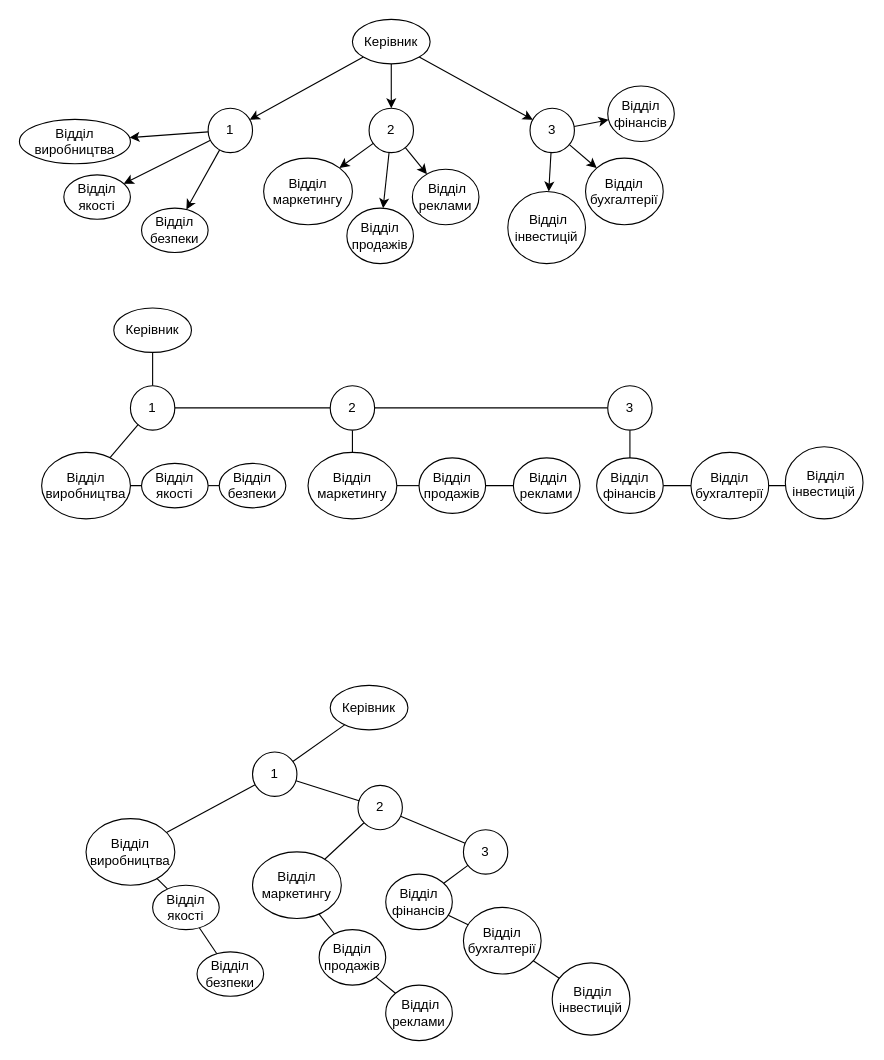
Above: АСД/Lab_4/m-арне дерево+ бінарне впорядковане.drawio in Yarik-Za/KHAI_Labs_folder_Desktop_ (draw.io), before the change. Source tidied: cells renumbered, new cells numbered last; positions are measured from the earlier drawing's top-left corner, leaving out a move shared by most shapes. Both pictures are drawn from the tidied source at 111%, with x=0, y=0 at pixel (19, 19).
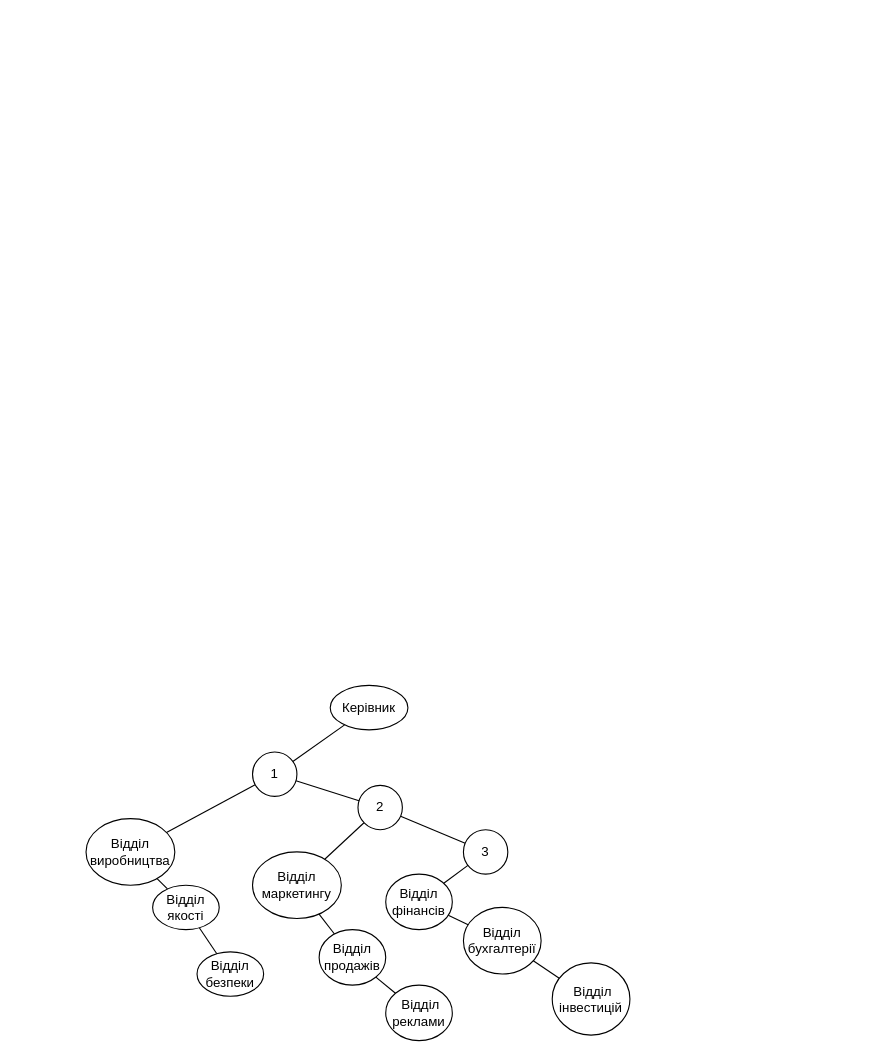
The same page after the edit.

Diff of the diagram source:
```diff
@@
-    <mxCell id="2" style="rounded=0;jettySize=auto;html=1;" parent="1" edge="1" source="5" target="9">
-      <mxGeometry relative="1" as="geometry" />
-    </mxCell>
-    <mxCell id="3" style="edgeStyle=orthogonalEdgeStyle;rounded=0;jettySize=auto;html=1;" parent="1" edge="1" source="5" target="13">
-      <mxGeometry relative="1" as="geometry" />
-    </mxCell>
-    <mxCell id="4" style="rounded=0;jettySize=auto;html=1;" parent="1" edge="1" source="5" target="17">
-      <mxGeometry relative="1" as="geometry" />
-    </mxCell>
-    <mxCell id="5" value="Керівник" style="ellipse;whiteSpace=wrap;html=1;" parent="1" vertex="1">
-      <mxGeometry x="300" width="70" height="40" as="geometry" />
-    </mxCell>
-    <mxCell id="6" style="rounded=0;jettySize=auto;html=1;" parent="1" edge="1" source="9" target="18">
-      <mxGeometry relative="1" as="geometry" />
-    </mxCell>
-    <mxCell id="7" style="rounded=0;jettySize=auto;html=1;" parent="1" edge="1" source="9" target="19">
-      <mxGeometry relative="1" as="geometry" />
-    </mxCell>
-    <mxCell id="8" style="rounded=0;jettySize=auto;html=1;" parent="1" edge="1" source="9" target="20">
-      <mxGeometry relative="1" as="geometry" />
-    </mxCell>
-    <mxCell id="9" value="1" style="ellipse;whiteSpace=wrap;html=1;" parent="1" vertex="1">
-      <mxGeometry x="170" y="80" width="40" height="40" as="geometry" />
-    </mxCell>
-    <mxCell id="10" style="rounded=0;jettySize=auto;html=1;entryX=1;entryY=0;entryDx=0;entryDy=0;" parent="1" edge="1" source="13" target="21">
-      <mxGeometry relative="1" as="geometry" />
-    </mxCell>
-    <mxCell id="11" style="rounded=0;jettySize=auto;html=1;" parent="1" edge="1" source="13" target="22">
-      <mxGeometry relative="1" as="geometry" />
-    </mxCell>
-    <mxCell id="12" style="rounded=0;jettySize=auto;html=1;" parent="1" edge="1" source="13" target="23">
-      <mxGeometry relative="1" as="geometry" />
-    </mxCell>
-    <mxCell id="13" value="2" style="ellipse;whiteSpace=wrap;html=1;" parent="1" vertex="1">
-      <mxGeometry x="315" y="80" width="40" height="40" as="geometry" />
-    </mxCell>
-    <mxCell id="14" style="rounded=0;jettySize=auto;html=1;" parent="1" edge="1" source="17" target="25">
-      <mxGeometry relative="1" as="geometry" />
-    </mxCell>
-    <mxCell id="15" style="rounded=0;jettySize=auto;html=1;" parent="1" edge="1" source="17" target="24">
-      <mxGeometry relative="1" as="geometry" />
-    </mxCell>
-    <mxCell id="16" style="rounded=0;jettySize=auto;html=1;" parent="1" edge="1" source="17" target="26">
-      <mxGeometry relative="1" as="geometry" />
-    </mxCell>
-    <mxCell id="17" value="3" style="ellipse;whiteSpace=wrap;html=1;" parent="1" vertex="1">
-      <mxGeometry x="460" y="80" width="40" height="40" as="geometry" />
-    </mxCell>
-    <mxCell id="18" value="Відділ виробництва" style="ellipse;whiteSpace=wrap;html=1;" parent="1" vertex="1">
-      <mxGeometry y="90" width="100" height="40" as="geometry" />
-    </mxCell>
-    <mxCell id="19" value="Відділ якості" style="ellipse;whiteSpace=wrap;html=1;" parent="1" vertex="1">
-      <mxGeometry x="40" y="140" width="60" height="40" as="geometry" />
-    </mxCell>
-    <mxCell id="20" value="Відділ безпеки" style="ellipse;whiteSpace=wrap;html=1;" parent="1" vertex="1">
-      <mxGeometry x="110" y="170" width="60" height="40" as="geometry" />
-    </mxCell>
-    <mxCell id="21" value="Відділ маркетингу" style="ellipse;whiteSpace=wrap;html=1;" parent="1" vertex="1">
-      <mxGeometry x="220" y="125" width="80" height="60" as="geometry" />
-    </mxCell>
-    <mxCell id="22" value="Відділ продажів" style="ellipse;whiteSpace=wrap;html=1;" parent="1" vertex="1">
-      <mxGeometry x="295" y="170" width="60" height="50" as="geometry" />
-    </mxCell>
-    <mxCell id="23" value="&amp;nbsp;Відділ реклами" style="ellipse;whiteSpace=wrap;html=1;" parent="1" vertex="1">
-      <mxGeometry x="354" y="135" width="60" height="50" as="geometry" />
-    </mxCell>
-    <mxCell id="24" value="Відділ фінансів" style="ellipse;whiteSpace=wrap;html=1;" parent="1" vertex="1">
-      <mxGeometry x="530" y="60" width="60" height="50" as="geometry" />
-    </mxCell>
-    <mxCell id="25" value="Відділ бухгалтерії" style="ellipse;whiteSpace=wrap;html=1;" parent="1" vertex="1">
-      <mxGeometry x="510" y="125" width="70" height="60" as="geometry" />
-    </mxCell>
-    <mxCell id="26" value="&amp;nbsp;Відділ інвестицій" style="ellipse;whiteSpace=wrap;html=1;" parent="1" vertex="1">
-      <mxGeometry x="440" y="155" width="70" height="65" as="geometry" />
-    </mxCell>
-    <mxCell id="27" style="edgeStyle=orthogonalEdgeStyle;rounded=0;jettySize=auto;html=1;endArrow=none;endFill=0;" parent="1" edge="1" source="28" target="32">
-      <mxGeometry relative="1" as="geometry" />
-    </mxCell>
-    <mxCell id="28" value="Керівник" style="ellipse;whiteSpace=wrap;html=1;" parent="1" vertex="1">
-      <mxGeometry x="85" y="260" width="70" height="40" as="geometry" />
-    </mxCell>
-    <mxCell id="29" style="edgeStyle=orthogonalEdgeStyle;rounded=0;jettySize=auto;html=1;endArrow=none;endFill=0;" parent="1" edge="1" source="32" target="35">
-      <mxGeometry relative="1" as="geometry" />
-    </mxCell>
-    <mxCell id="30" style="rounded=0;jettySize=auto;html=1;endArrow=none;endFill=0;" parent="1" edge="1" source="32" target="38">
-      <mxGeometry relative="1" as="geometry" />
-    </mxCell>
-    <mxCell id="31" style="edgeStyle=orthogonalEdgeStyle;rounded=0;jettySize=auto;html=1;endArrow=none;endFill=0;" parent="1" edge="1" source="38" target="40">
-      <mxGeometry relative="1" as="geometry" />
-    </mxCell>
-    <mxCell id="32" value="1" style="ellipse;whiteSpace=wrap;html=1;" parent="1" vertex="1">
-      <mxGeometry x="100" y="330" width="40" height="40" as="geometry" />
-    </mxCell>
-    <mxCell id="33" style="edgeStyle=orthogonalEdgeStyle;rounded=0;jettySize=auto;html=1;endArrow=none;endFill=0;" parent="1" edge="1" source="35" target="37">
-      <mxGeometry relative="1" as="geometry" />
-    </mxCell>
-    <mxCell id="34" style="edgeStyle=orthogonalEdgeStyle;rounded=0;jettySize=auto;html=1;endArrow=none;endFill=0;" parent="1" edge="1" source="35" target="43">
-      <mxGeometry relative="1" as="geometry" />
-    </mxCell>
-    <mxCell id="35" value="2" style="ellipse;whiteSpace=wrap;html=1;" parent="1" vertex="1">
-      <mxGeometry x="280" y="330" width="40" height="40" as="geometry" />
-    </mxCell>
-    <mxCell id="36" style="edgeStyle=orthogonalEdgeStyle;rounded=0;jettySize=auto;html=1;endArrow=none;endFill=0;" parent="1" edge="1" source="37" target="48">
-      <mxGeometry relative="1" as="geometry" />
-    </mxCell>
-    <mxCell id="37" value="3" style="ellipse;whiteSpace=wrap;html=1;" parent="1" vertex="1">
-      <mxGeometry x="530" y="330" width="40" height="40" as="geometry" />
-    </mxCell>
-    <mxCell id="38" value="Відділ виробництва" style="ellipse;whiteSpace=wrap;html=1;" parent="1" vertex="1">
-      <mxGeometry x="20" y="390" width="80" height="60" as="geometry" />
-    </mxCell>
-    <mxCell id="39" style="edgeStyle=orthogonalEdgeStyle;rounded=0;jettySize=auto;html=1;endArrow=none;endFill=0;" parent="1" edge="1" source="40" target="41">
-      <mxGeometry relative="1" as="geometry">
-        <Array as="points">
-          <mxPoint x="200" y="420" />
-          <mxPoint x="200" y="420" />
-        </Array>
-      </mxGeometry>
-    </mxCell>
-    <mxCell id="40" value="Відділ якості" style="ellipse;whiteSpace=wrap;html=1;" parent="1" vertex="1">
-      <mxGeometry x="110" y="400" width="60" height="40" as="geometry" />
-    </mxCell>
-    <mxCell id="41" value="Відділ безпеки" style="ellipse;whiteSpace=wrap;html=1;" parent="1" vertex="1">
-      <mxGeometry x="180" y="400" width="60" height="40" as="geometry" />
-    </mxCell>
-    <mxCell id="42" style="edgeStyle=orthogonalEdgeStyle;rounded=0;jettySize=auto;html=1;endArrow=none;endFill=0;" parent="1" edge="1" source="43" target="45">
-      <mxGeometry relative="1" as="geometry">
-        <Array as="points">
-          <mxPoint x="350" y="420" />
-          <mxPoint x="350" y="420" />
-        </Array>
-      </mxGeometry>
-    </mxCell>
-    <mxCell id="43" value="Відділ маркетингу" style="ellipse;whiteSpace=wrap;html=1;" parent="1" vertex="1">
-      <mxGeometry x="260" y="390" width="80" height="60" as="geometry" />
-    </mxCell>
-    <mxCell id="44" style="edgeStyle=orthogonalEdgeStyle;rounded=0;jettySize=auto;html=1;endArrow=none;endFill=0;" parent="1" edge="1" source="45" target="46">
-      <mxGeometry relative="1" as="geometry" />
-    </mxCell>
-    <mxCell id="45" value="Відділ продажів" style="ellipse;whiteSpace=wrap;html=1;" parent="1" vertex="1">
-      <mxGeometry x="360" y="395" width="60" height="50" as="geometry" />
-    </mxCell>
-    <mxCell id="46" value="&amp;nbsp;Відділ реклами" style="ellipse;whiteSpace=wrap;html=1;" parent="1" vertex="1">
-      <mxGeometry x="445" y="395" width="60" height="50" as="geometry" />
-    </mxCell>
-    <mxCell id="47" style="edgeStyle=orthogonalEdgeStyle;rounded=0;jettySize=auto;html=1;endArrow=none;endFill=0;" parent="1" edge="1" source="48" target="50">
-      <mxGeometry relative="1" as="geometry" />
-    </mxCell>
-    <mxCell id="48" value="Відділ фінансів" style="ellipse;whiteSpace=wrap;html=1;" parent="1" vertex="1">
-      <mxGeometry x="520" y="395" width="60" height="50" as="geometry" />
-    </mxCell>
-    <mxCell id="49" style="edgeStyle=orthogonalEdgeStyle;rounded=0;jettySize=auto;html=1;endArrow=none;endFill=0;" parent="1" edge="1" source="50" target="51">
-      <mxGeometry relative="1" as="geometry" />
-    </mxCell>
-    <mxCell id="50" value="Відділ бухгалтерії" style="ellipse;whiteSpace=wrap;html=1;" parent="1" vertex="1">
-      <mxGeometry x="605" y="390" width="70" height="60" as="geometry" />
-    </mxCell>
-    <mxCell id="51" value="&amp;nbsp;Відділ інвестицій" style="ellipse;whiteSpace=wrap;html=1;" parent="1" vertex="1">
-      <mxGeometry x="690" y="385" width="70" height="65" as="geometry" />
-    </mxCell>
```
